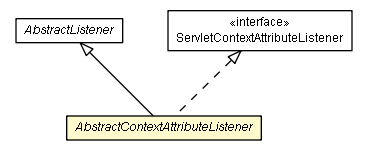
Above: static/javadocs/1.0.0/org/gservlet/AbstractContextAttributeListener.png in GServlet/gservlet-site (Graphviz), before the change. Its source is kept beside it as static/javadocs/1.0.0/org/gservlet/AbstractContextAttributeListener.dot.
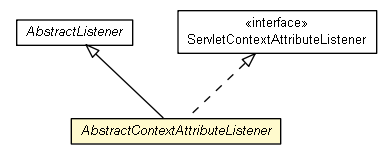
After the commit.

What changed in the source:
```diff
@@ -4,22 +4,22 @@
 	node [fontname="arial",fontsize=10,shape=plaintext];
 	nodesep=0.25;
 	ranksep=0.5;
-	c144 [label=<<table title="org.gservlet.AbstractListener" border="0" cellborder="1" cellspacing="0" cellpadding="2" port="p" href="./AbstractListener.html">
+	c81 [label=<<table title="org.gservlet.AbstractContextAttributeListener" border="0" cellborder="1" cellspacing="0" cellpadding="2" port="p" bgcolor="lemonChiffon" href="./AbstractContextAttributeListener.html">
+		<tr><td><table border="0" cellspacing="0" cellpadding="1">
+<tr><td align="center" balign="center"><font face="arial italic"> AbstractContextAttributeListener </font></td></tr>
+		</table></td></tr>
+		</table>>, URL="./AbstractContextAttributeListener.html", fontname="arial", fontcolor="black", fontsize=10.0];
+	c89 [label=<<table title="org.gservlet.AbstractListener" border="0" cellborder="1" cellspacing="0" cellpadding="2" port="p" href="./AbstractListener.html">
 		<tr><td><table border="0" cellspacing="0" cellpadding="1">
 <tr><td align="center" balign="center"><font face="arial italic"> AbstractListener </font></td></tr>
 		</table></td></tr>
-		</table>>, URL="./AbstractListener.html", fontname="arial", fontcolor="black", fontsize=9.0];
-	c150 [label=<<table title="org.gservlet.AbstractContextAttributeListener" border="0" cellborder="1" cellspacing="0" cellpadding="2" port="p" bgcolor="lemonChiffon" href="./AbstractContextAttributeListener.html">
-		<tr><td><table border="0" cellspacing="0" cellpadding="1">
-<tr><td align="center" balign="center"><font face="arial italic"> AbstractContextAttributeListener </font></td></tr>
-		</table></td></tr>
-		</table>>, URL="./AbstractContextAttributeListener.html", fontname="arial", fontcolor="black", fontsize=9.0];
-	c144:p -> c150:p [dir=back,arrowtail=empty];
-	c176:p -> c150:p [dir=back,arrowtail=empty,style=dashed];
+		</table>>, URL="./AbstractListener.html", fontname="arial", fontcolor="black", fontsize=10.0];
+	c89:p -> c81:p [dir=back,arrowtail=empty];
+	c176:p -> c81:p [dir=back,arrowtail=empty,style=dashed];
 	c176 [label=<<table title="javax.servlet.ServletContextAttributeListener" border="0" cellborder="1" cellspacing="0" cellpadding="2" port="p" href="http://java.sun.com/j2se/1.4.2/docs/api/javax/servlet/ServletContextAttributeListener.html">
 		<tr><td><table border="0" cellspacing="0" cellpadding="1">
 <tr><td align="center" balign="center"> &#171;interface&#187; </td></tr>
 <tr><td align="center" balign="center"> ServletContextAttributeListener </td></tr>
 		</table></td></tr>
-		</table>>, URL="http://java.sun.com/j2se/1.4.2/docs/api/javax/servlet/ServletContextAttributeListener.html", fontname="arial", fontcolor="black", fontsize=9.0];
+		</table>>, URL="http://java.sun.com/j2se/1.4.2/docs/api/javax/servlet/ServletContextAttributeListener.html", fontname="arial", fontcolor="black", fontsize=10.0];
 }
```
